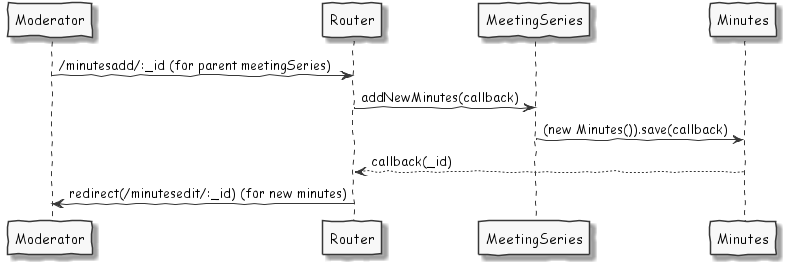
Earlier version of the PlantUML export doc/developer/figures/seqMinutesAdd.png (4minitz/4minitz).
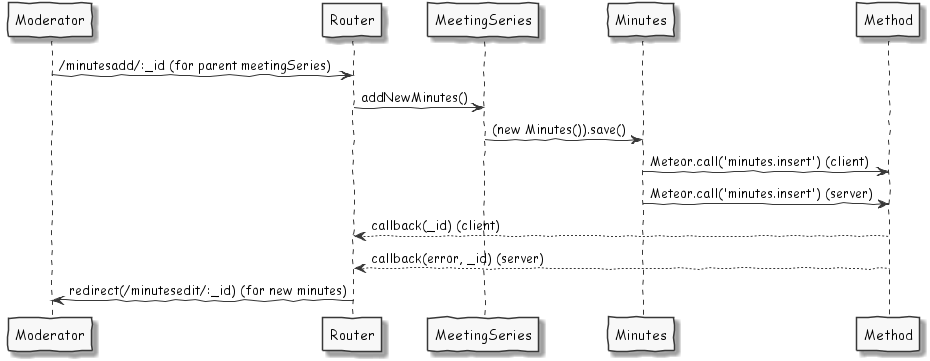
The same file after the commit.

Commit message:
Update 'add meeting minutes' sequence diagram

What changed in the source:
```diff
@@ -6,9 +6,12 @@
 hide circle
 
 Moderator -> Router: /minutesadd/:_id (for parent meetingSeries)
-    Router -> MeetingSeries: addNewMinutes(callback)
-        MeetingSeries -> Minutes: (new Minutes()).save(callback)
-    Router <-- Minutes: callback(_id)
+    Router -> MeetingSeries: addNewMinutes()
+        MeetingSeries -> Minutes: (new Minutes()).save()
+            Minutes -> Method: Meteor.call('minutes.insert') (client)
+            Minutes -> Method: Meteor.call('minutes.insert') (server)
+    Router <-- Method: callback(_id) (client)
+    Router <-- Method: callback(error, _id) (server)
 Moderator <- Router: redirect(/minutesedit/:_id) (for new minutes)
 
 @enduml
```
